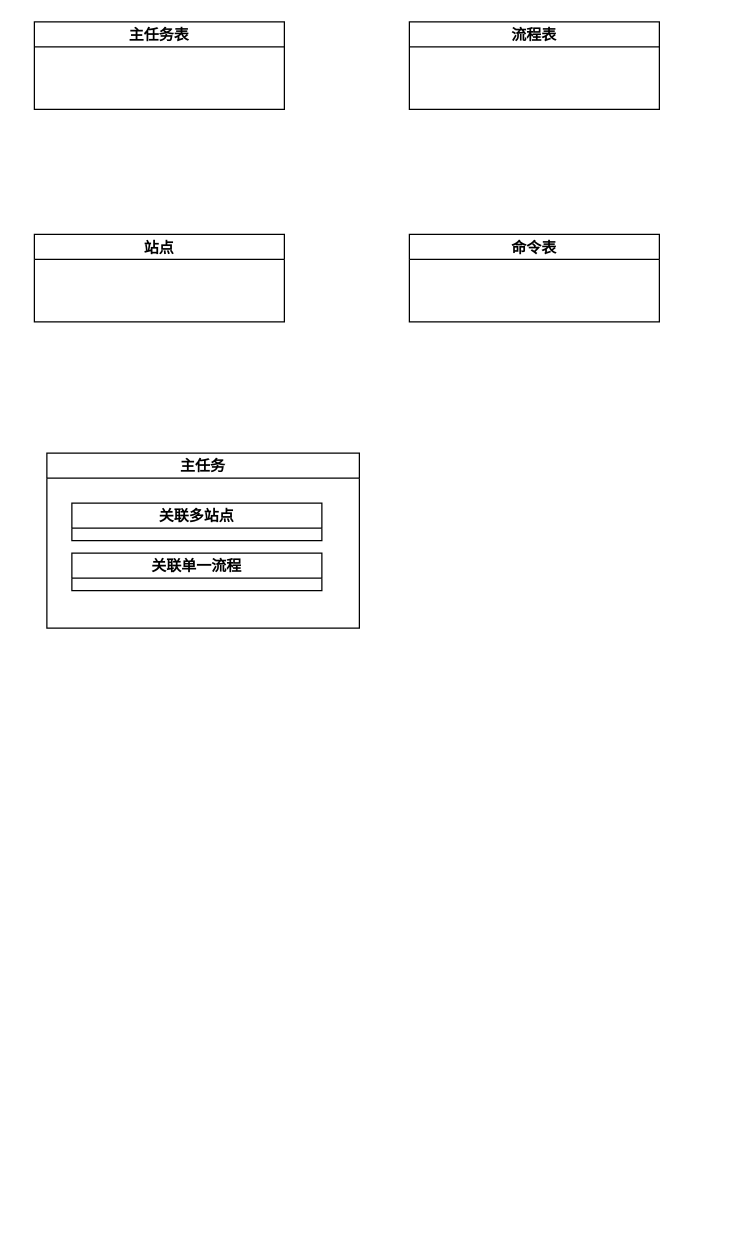
Earlier version of the draw.io diagram publish.drawio (treatview/drawio). Source tidied: cells renumbered, new cells numbered last; positions are measured from the earlier drawing's top-left corner, leaving out a move shared by most shapes. Both pictures are drawn from the tidied source at 125%, with x=0, y=0 at pixel (34, 21).
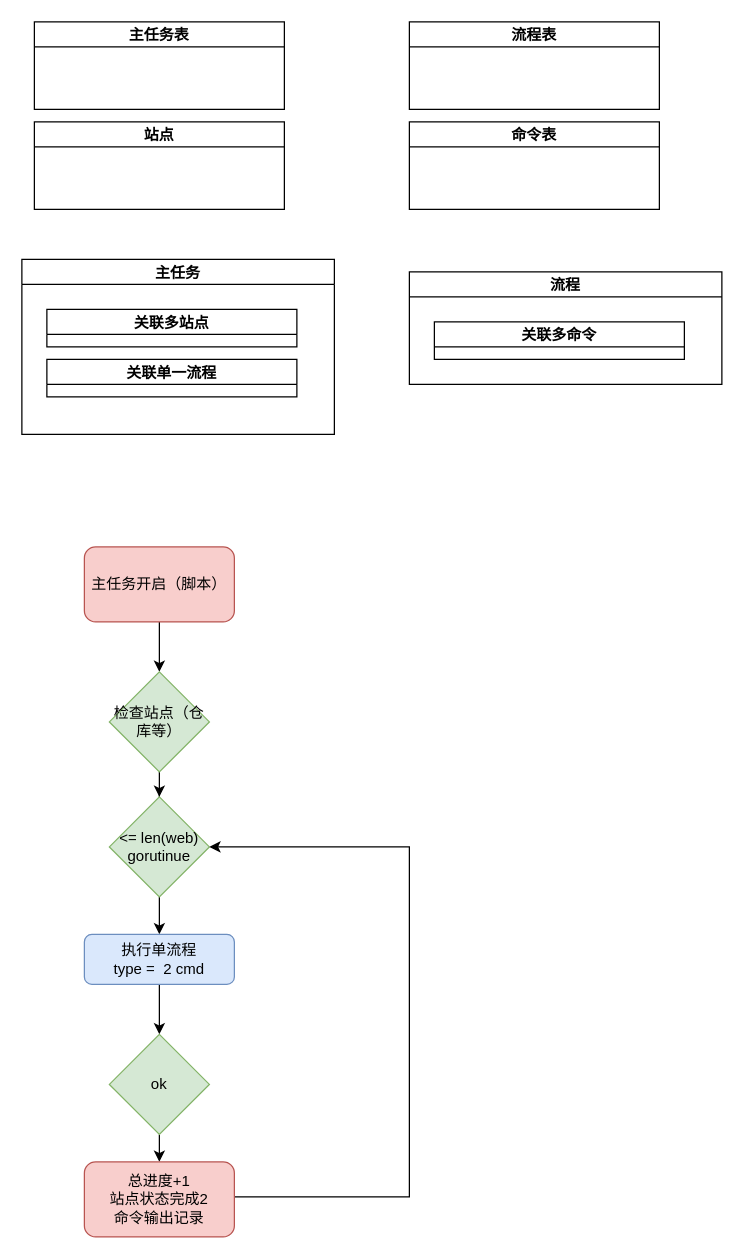
The same diagram, later.

Diff of the diagram source:
```diff
@@
     <mxCell id="4" value="命令表" style="swimlane;startSize=20;" parent="1" vertex="1">
-      <mxGeometry x="300" y="170" width="200" height="70" as="geometry" />
+      <mxGeometry x="300" y="80" width="200" height="70" as="geometry" />
     </mxCell>
     <mxCell id="5" value="站点" style="swimlane;startSize=20;" parent="1" vertex="1">
-      <mxGeometry y="170" width="200" height="70" as="geometry" />
+      <mxGeometry y="80" width="200" height="70" as="geometry" />
     </mxCell>
     <mxCell id="6" value="主任务" style="swimlane;startSize=20;" parent="1" vertex="1">
-      <mxGeometry x="10" y="345" width="250" height="140" as="geometry" />
+      <mxGeometry x="-10" y="190" width="250" height="140" as="geometry" />
     </mxCell>
@@
+    <mxCell id="9" value="流程" style="swimlane;startSize=20;" parent="1" vertex="1">
+      <mxGeometry x="300" y="200" width="250" height="90" as="geometry" />
+    </mxCell>
+    <mxCell id="10" value="关联多命令" style="swimlane;startSize=20;" parent="9" vertex="1">
+      <mxGeometry x="20" y="40" width="200" height="30" as="geometry" />
+    </mxCell>
+    <mxCell id="11" style="edgeStyle=orthogonalEdgeStyle;rounded=0;jettySize=auto;html=1;entryX=0.5;entryY=0;entryDx=0;entryDy=0;" parent="1" edge="1" source="12" target="14">
+      <mxGeometry relative="1" as="geometry" />
+    </mxCell>
+    <mxCell id="12" value="主任务开启（脚本）" style="rounded=1;whiteSpace=wrap;html=1;fillColor=#f8cecc;strokeColor=#b85450;" parent="1" vertex="1">
+      <mxGeometry x="40" y="420" width="120" height="60" as="geometry" />
+    </mxCell>
+    <mxCell id="13" style="edgeStyle=orthogonalEdgeStyle;rounded=0;jettySize=auto;html=1;" parent="1" edge="1" source="14" target="16">
+      <mxGeometry relative="1" as="geometry" />
+    </mxCell>
+    <mxCell id="14" value="检查站点（仓库等）" style="rhombus;whiteSpace=wrap;html=1;fillColor=#d5e8d4;strokeColor=#82b366;" parent="1" vertex="1">
+      <mxGeometry x="60" y="520" width="80" height="80" as="geometry" />
+    </mxCell>
+    <mxCell id="15" style="edgeStyle=orthogonalEdgeStyle;rounded=0;jettySize=auto;html=1;" parent="1" edge="1" source="16" target="18">
+      <mxGeometry relative="1" as="geometry" />
+    </mxCell>
+    <mxCell id="16" value="&amp;lt;= len(web)&lt;br&gt;gorutinue" style="rhombus;whiteSpace=wrap;html=1;fillColor=#d5e8d4;strokeColor=#82b366;" parent="1" vertex="1">
+      <mxGeometry x="60" y="620" width="80" height="80" as="geometry" />
+    </mxCell>
+    <mxCell id="17" style="edgeStyle=orthogonalEdgeStyle;rounded=0;jettySize=auto;html=1;entryX=0.5;entryY=0;entryDx=0;entryDy=0;" parent="1" edge="1" source="18" target="20">
+      <mxGeometry relative="1" as="geometry" />
+    </mxCell>
+    <mxCell id="18" value="执行单流程&lt;br&gt;type =&amp;nbsp; 2 cmd" style="rounded=1;whiteSpace=wrap;html=1;fillColor=#dae8fc;strokeColor=#6c8ebf;" parent="1" vertex="1">
+      <mxGeometry x="40" y="730" width="120" height="40" as="geometry" />
+    </mxCell>
+    <mxCell id="19" style="edgeStyle=orthogonalEdgeStyle;rounded=0;jettySize=auto;html=1;entryX=0.5;entryY=0;entryDx=0;entryDy=0;" parent="1" edge="1" source="20" target="22">
+      <mxGeometry relative="1" as="geometry" />
+    </mxCell>
+    <mxCell id="20" value="ok" style="rhombus;whiteSpace=wrap;html=1;fillColor=#d5e8d4;strokeColor=#82b366;" parent="1" vertex="1">
+      <mxGeometry x="60" y="810" width="80" height="80" as="geometry" />
+    </mxCell>
+    <mxCell id="21" style="edgeStyle=orthogonalEdgeStyle;rounded=0;jettySize=auto;html=1;entryX=1;entryY=0.5;entryDx=0;entryDy=0;" parent="1" edge="1" source="22" target="16">
+      <mxGeometry relative="1" as="geometry">
+        <Array as="points">
+          <mxPoint x="300" y="940" />
+          <mxPoint x="300" y="660" />
+        </Array>
+      </mxGeometry>
+    </mxCell>
+    <mxCell id="22" value="总进度+1&lt;br&gt;站点状态完成2&lt;br&gt;命令输出记录" style="rounded=1;whiteSpace=wrap;html=1;fillColor=#f8cecc;strokeColor=#b85450;" parent="1" vertex="1">
+      <mxGeometry x="40" y="912" width="120" height="60" as="geometry" />
+    </mxCell>
```
